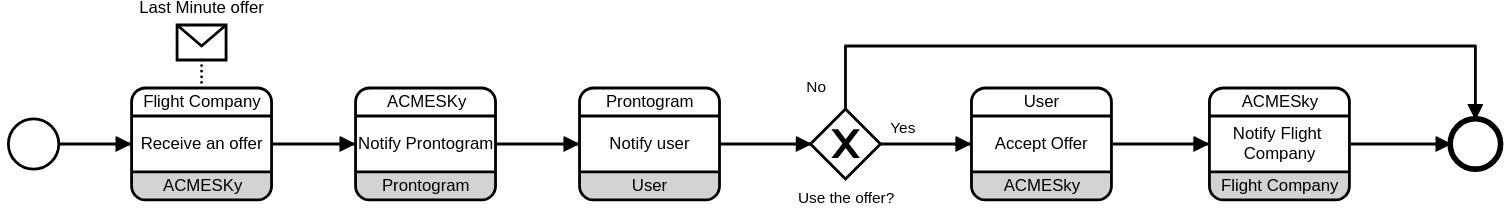
gabrielegenovese/acmesky keeps this BPMN diagram as docs/assets/chor-bpmn/last-min-notify.bpmn.svg. Above is the earlier version. Its source is kept beside it as resources/bpmn-chors/last-min-notify.bpmn. Ids are renumbered.
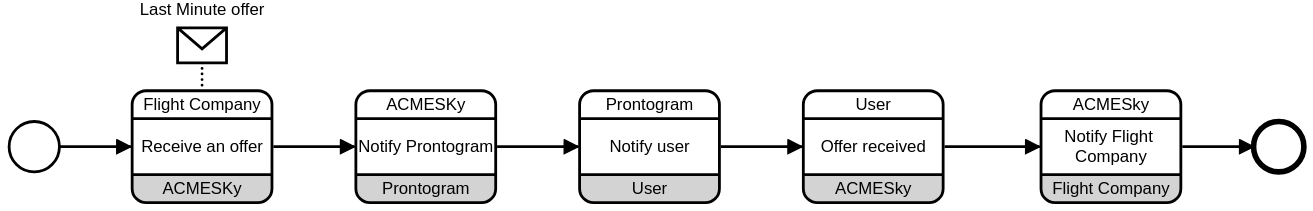
The same file after the commit.

Commit message:
better bpmn chors

Change to the diagram source:
```diff
@@ -43,20 +43,14 @@
       <bpmn2:messageFlowRef>MessageFlow_n14</bpmn2:messageFlowRef>
     </bpmn2:choreographyTask>
     <bpmn2:sequenceFlow id="Flow_n22" sourceRef="ChoreographyTask_n21" targetRef="ChoreographyTask_n23" />
-    <bpmn2:exclusiveGateway id="Gateway_n25" name="Use the offer?">
+    <bpmn2:sequenceFlow id="Flow_n24" sourceRef="ChoreographyTask_n23" targetRef="ChoreographyTask_n28" />
+    <bpmn2:choreographyTask id="ChoreographyTask_n28" name="Offer received" initiatingParticipantRef="Participant_n10">
       <bpmn2:incoming>Flow_n24</bpmn2:incoming>
-      <bpmn2:outgoing>Flow_n26</bpmn2:outgoing>
-      <bpmn2:outgoing>Flow_n27</bpmn2:outgoing>
-    </bpmn2:exclusiveGateway>
-    <bpmn2:sequenceFlow id="Flow_n24" sourceRef="ChoreographyTask_n23" targetRef="Gateway_n25" />
-    <bpmn2:choreographyTask id="ChoreographyTask_n28" name="Accept Offer" initiatingParticipantRef="Participant_n10">
-      <bpmn2:incoming>Flow_n26</bpmn2:incoming>
       <bpmn2:outgoing>Flow_n29</bpmn2:outgoing>
       <bpmn2:participantRef>Participant_n10</bpmn2:participantRef>
       <bpmn2:participantRef>Participant_n6</bpmn2:participantRef>
       <bpmn2:messageFlowRef>MessageFlow_n13</bpmn2:messageFlowRef>
     </bpmn2:choreographyTask>
-    <bpmn2:sequenceFlow id="Flow_n26" name="Yes" sourceRef="Gateway_n25" targetRef="ChoreographyTask_n28" />
     <bpmn2:choreographyTask id="ChoreographyTask_n30" name="Notify Flight Company" initiatingParticipantRef="Participant_n6">
       <bpmn2:incoming>Flow_n29</bpmn2:incoming>
       <bpmn2:outgoing>Flow_n31</bpmn2:outgoing>
@@ -66,10 +60,8 @@
     </bpmn2:choreographyTask>
     <bpmn2:sequenceFlow id="Flow_n29" sourceRef="ChoreographyTask_n28" targetRef="ChoreographyTask_n30" />
     <bpmn2:sequenceFlow id="Flow_n31" sourceRef="ChoreographyTask_n30" targetRef="Event_n32" />
-    <bpmn2:sequenceFlow id="Flow_n27" name="No" sourceRef="Gateway_n25" targetRef="Event_n32" />
     <bpmn2:endEvent id="Event_n32">
       <bpmn2:incoming>Flow_n31</bpmn2:incoming>
-      <bpmn2:incoming>Flow_n27</bpmn2:incoming>
     </bpmn2:endEvent>
   </bpmn2:choreography>
   <bpmndi:BPMNDiagram id="BPMNDiagram_1">
@@ -116,60 +108,38 @@
         <di:waypoint x="381" y="330" />
         <di:waypoint x="439" y="330" />
       </bpmndi:BPMNEdge>
-      <bpmndi:BPMNShape id="Gateway_n25_di" bpmnElement="Gateway_n25" isMarkerVisible="true">
-        <dc:Bounds x="605" y="305" width="50" height="50" />
-        <bpmndi:BPMNLabel>
-          <dc:Bounds x="596" y="362" width="69" height="14" />
-        </bpmndi:BPMNLabel>
-      </bpmndi:BPMNShape>
       <bpmndi:BPMNEdge id="Flow_n24_di" bpmnElement="Flow_n24">
         <di:waypoint x="541" y="330" />
-        <di:waypoint x="605" y="330" />
+        <di:waypoint x="599" y="330" />
       </bpmndi:BPMNEdge>
       <bpmndi:BPMNShape id="ChoreographyTask_n28_di" bpmnElement="ChoreographyTask_n28">
-        <dc:Bounds x="720" y="290" width="100" height="80" />
+        <dc:Bounds x="600" y="290" width="100" height="80" />
       </bpmndi:BPMNShape>
       <bpmndi:BPMNShape id="BPMNShape_n39" bpmnElement="Participant_n10" isMessageVisible="false" participantBandKind="top_initiating" choreographyActivityShape="ChoreographyTask_n28_di">
-        <dc:Bounds x="720" y="290" width="100" height="20" />
+        <dc:Bounds x="600" y="290" width="100" height="20" />
       </bpmndi:BPMNShape>
       <bpmndi:BPMNShape id="BPMNShape_n40" bpmnElement="Participant_n6" isMessageVisible="false" participantBandKind="bottom_non_initiating" choreographyActivityShape="ChoreographyTask_n28_di">
-        <dc:Bounds x="720" y="350" width="100" height="20" />
+        <dc:Bounds x="600" y="350" width="100" height="20" />
       </bpmndi:BPMNShape>
-      <bpmndi:BPMNEdge id="Flow_n26_di" bpmnElement="Flow_n26">
-        <di:waypoint x="655" y="330" />
-        <di:waypoint x="719" y="330" />
-        <bpmndi:BPMNLabel>
-          <dc:Bounds x="662" y="312" width="18" height="14" />
-        </bpmndi:BPMNLabel>
-      </bpmndi:BPMNEdge>
       <bpmndi:BPMNShape id="ChoreographyTask_n30_di" bpmnElement="ChoreographyTask_n30">
-        <dc:Bounds x="890" y="290" width="100" height="80" />
+        <dc:Bounds x="770" y="290" width="100" height="80" />
       </bpmndi:BPMNShape>
       <bpmndi:BPMNShape id="BPMNShape_n41" bpmnElement="Participant_n6" isMessageVisible="false" participantBandKind="top_initiating" choreographyActivityShape="ChoreographyTask_n30_di">
-        <dc:Bounds x="890" y="290" width="100" height="20" />
+        <dc:Bounds x="770" y="290" width="100" height="20" />
       </bpmndi:BPMNShape>
       <bpmndi:BPMNShape id="BPMNShape_n42" bpmnElement="Participant_n11" isMessageVisible="false" participantBandKind="bottom_non_initiating" choreographyActivityShape="ChoreographyTask_n30_di">
-        <dc:Bounds x="890" y="350" width="100" height="20" />
+        <dc:Bounds x="770" y="350" width="100" height="20" />
       </bpmndi:BPMNShape>
       <bpmndi:BPMNEdge id="Flow_n29_di" bpmnElement="Flow_n29">
-        <di:waypoint x="821" y="330" />
-        <di:waypoint x="889" y="330" />
+        <di:waypoint x="701" y="330" />
+        <di:waypoint x="769" y="330" />
       </bpmndi:BPMNEdge>
       <bpmndi:BPMNEdge id="Flow_n31_di" bpmnElement="Flow_n31">
-        <di:waypoint x="991" y="330" />
-        <di:waypoint x="1062" y="330" />
-      </bpmndi:BPMNEdge>
-      <bpmndi:BPMNEdge id="Flow_n27_di" bpmnElement="Flow_n27">
-        <di:waypoint x="630" y="305" />
-        <di:waypoint x="630" y="260" />
-        <di:waypoint x="1080" y="260" />
-        <di:waypoint x="1080" y="312" />
-        <bpmndi:BPMNLabel>
-          <dc:Bounds x="602" y="283" width="15" height="14" />
-        </bpmndi:BPMNLabel>
+        <di:waypoint x="871" y="330" />
+        <di:waypoint x="922" y="330" />
       </bpmndi:BPMNEdge>
       <bpmndi:BPMNShape id="Event_1u8tgr7_di" bpmnElement="Event_n32">
-        <dc:Bounds x="1062" y="312" width="36" height="36" />
+        <dc:Bounds x="922" y="312" width="36" height="36" />
       </bpmndi:BPMNShape>
     </bpmndi:BPMNPlane>
     <bpmndi:BPMNLabelStyle id="BPMNLabelStyle_1">
```
